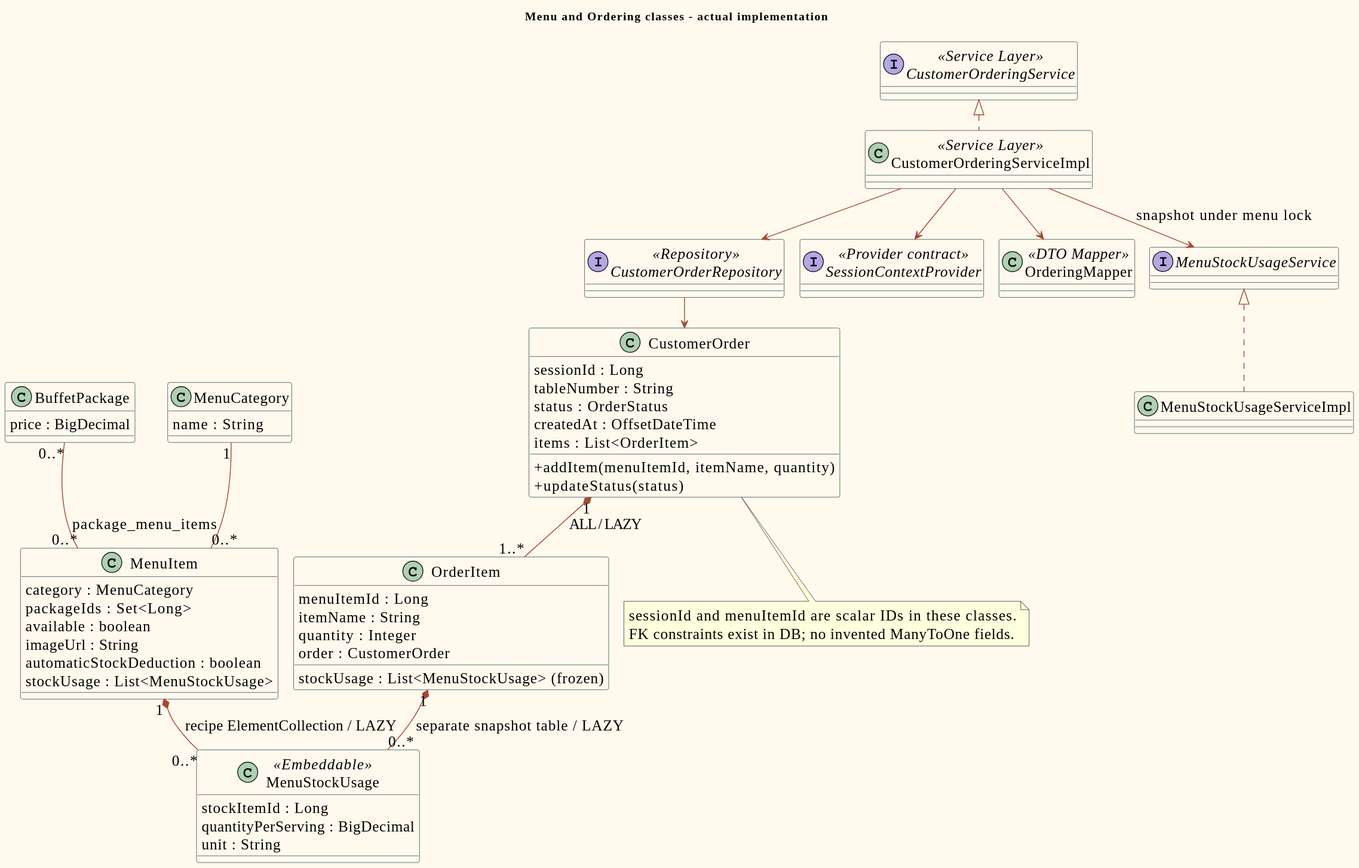
This is doc/diagrams/previews/class-menu-order.svg from PavaritPramual/buffet-restaurant-management-system, a PlantUML export, as it was before one commit.
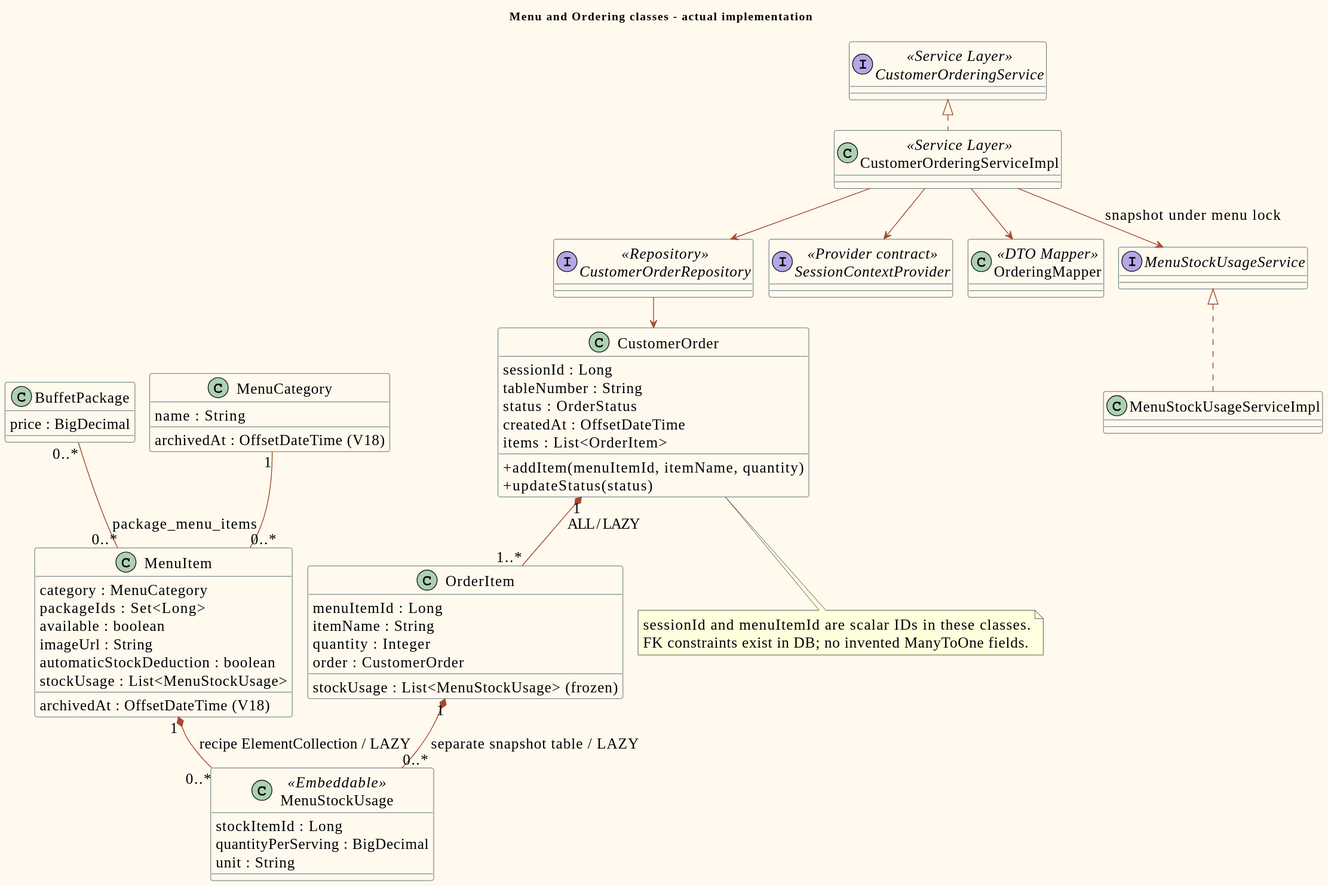
Later version of the same file.

Diff of the diagram source:
```diff
@@ -16,9 +16,11 @@
 price : BigDecimal
 }
 class MenuCategory {
+ archivedAt : OffsetDateTime (V18)
 name : String
 }
 class MenuItem {
+ archivedAt : OffsetDateTime (V18)
 category : MenuCategory
  packageIds : Set<Long>
  available : boolean
```
